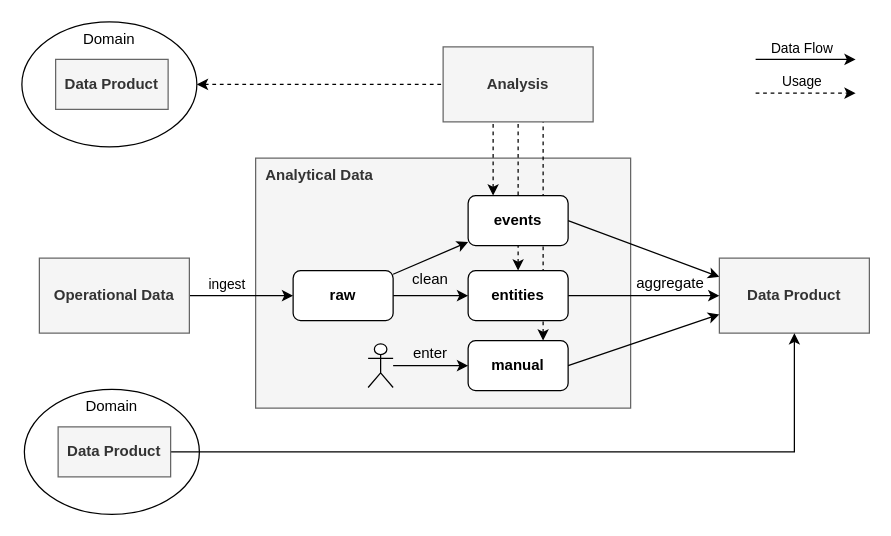
The draw.io diagram diagrams/analyticaldata.drawio in datamesh-architecture/datamesh-architecture.com, before the edit. Source tidied: cells renumbered, new cells numbered last; positions are measured from the earlier drawing's top-left corner, leaving out a move shared by most shapes. Both pictures are drawn from the tidied source at 125%, with x=0, y=0 at pixel (21, 21).
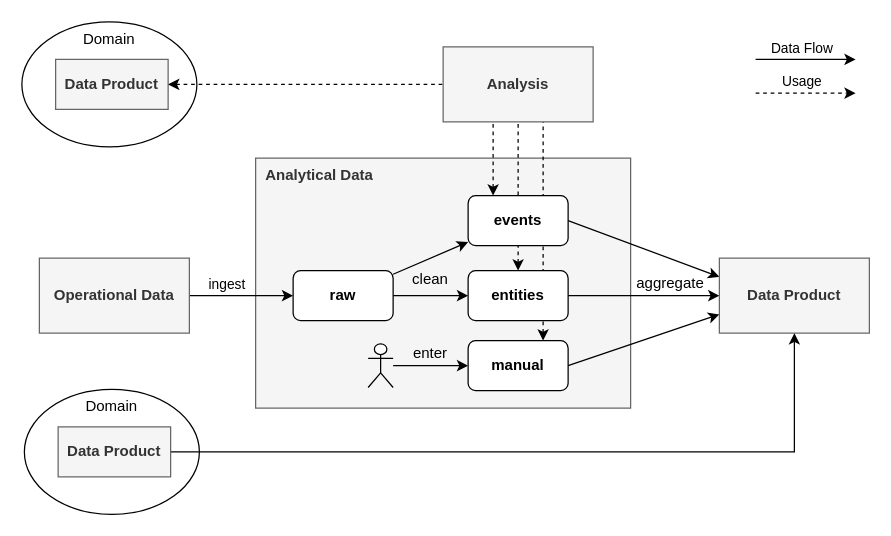
The same page after the edit.

Unchanged cells that the change refers to:
```xml
<mxCell id="26" value="Domain" style="ellipse;whiteSpace=wrap;html=1;verticalAlign=top;" parent="1" vertex="1">
  <mxGeometry width="140" height="100" as="geometry" />
</mxCell>
<mxCell id="27" value="Data Product" style="rounded=0;whiteSpace=wrap;html=1;fillColor=#f5f5f5;fontColor=#333333;strokeColor=#666666;fontStyle=1;" parent="1" vertex="1">
  <mxGeometry x="27" y="30" width="90" height="40" as="geometry" />
</mxCell>
<mxCell id="31" value="Analysis" style="rounded=0;whiteSpace=wrap;html=1;fillColor=#f5f5f5;fontColor=#333333;strokeColor=#666666;fontStyle=1;" parent="1" vertex="1">
  <mxGeometry x="337" y="20" width="120" height="60" as="geometry" />
</mxCell>
```

Diff of the diagram source:
```diff
@@
-    <mxCell id="28" style="rounded=0;jettySize=auto;html=1;startArrow=classic;startFill=1;endArrow=none;endFill=0;dashed=1;exitX=1;exitY=0.5;exitDx=0;exitDy=0;entryX=0;entryY=0.5;entryDx=0;entryDy=0;" parent="1" edge="1" source="26" target="31">
+    <mxCell id="28" style="rounded=0;jettySize=auto;html=1;startArrow=classic;startFill=1;endArrow=none;endFill=0;dashed=1;exitX=1;exitY=0.5;exitDx=0;exitDy=0;entryX=0;entryY=0.5;entryDx=0;entryDy=0;" parent="1" edge="1" source="27" target="31">
       <mxGeometry relative="1" as="geometry" />
     </mxCell>
```
